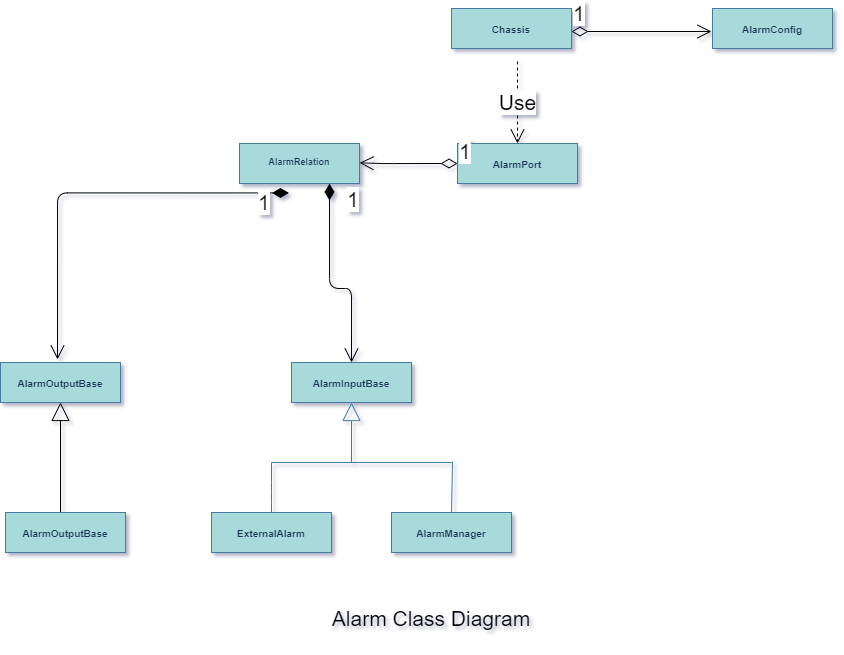
Steve888888/FN-Redundancy keeps this draw.io diagram as UML/AlarmManager.png. Above is the earlier version. Source tidied: cells renumbered, new cells last; positions are measured from the earlier drawing's top-left corner, leaving out a move shared by most shapes.
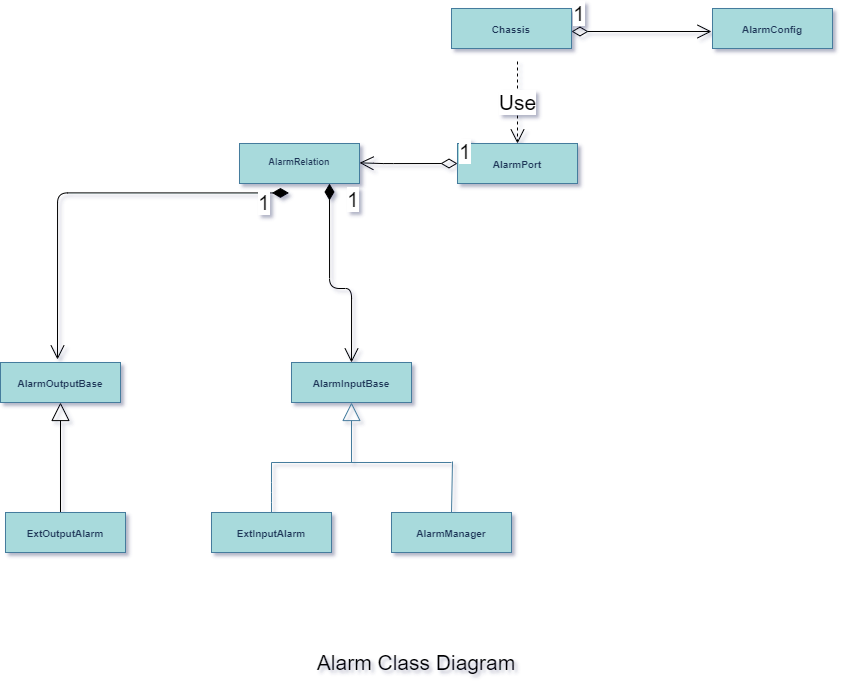
After the change.

Change to the diagram source:
```diff
@@ -8,7 +8,7 @@
     <mxCell id="3" value="&lt;p style=&quot;margin: 4px 0px 0px ; text-align: center ; font-size: 10px&quot;&gt;&lt;br&gt;&lt;b&gt;AlarmInputBase&lt;/b&gt;&lt;/p&gt;" style="verticalAlign=top;align=left;overflow=fill;fontSize=12;fontFamily=Helvetica;html=1;fillColor=#A8DADC;strokeColor=#457B9D;fontColor=#1D3557;" parent="1" vertex="1">
       <mxGeometry x="291" y="354" width="120" height="40" as="geometry" />
     </mxCell>
-    <mxCell id="4" value="&lt;p style=&quot;margin: 4px 0px 0px ; text-align: center ; font-size: 10px&quot;&gt;&lt;b&gt;&lt;br&gt;ExternalAlarm&lt;/b&gt;&lt;/p&gt;" style="verticalAlign=top;align=left;overflow=fill;fontSize=12;fontFamily=Helvetica;html=1;fillColor=#A8DADC;strokeColor=#457B9D;fontColor=#1D3557;" parent="1" vertex="1">
+    <mxCell id="4" value="&lt;p style=&quot;margin: 4px 0px 0px ; text-align: center ; font-size: 10px&quot;&gt;&lt;b&gt;&lt;br&gt;ExtInputAlarm&lt;/b&gt;&lt;/p&gt;" style="verticalAlign=top;align=left;overflow=fill;fontSize=12;fontFamily=Helvetica;html=1;fillColor=#A8DADC;strokeColor=#457B9D;fontColor=#1D3557;" parent="1" vertex="1">
       <mxGeometry x="211" y="504" width="120" height="40" as="geometry" />
     </mxCell>
     <mxCell id="5" style="endArrow=block;endSize=16;endFill=0;html=1;strokeColor=#457B9D;fontColor=#1D3557;labelBackgroundColor=#F1FAEE;" parent="1" edge="1">
@@ -57,7 +57,7 @@
       <mxGeometry x="457" y="135" width="120" height="40" as="geometry" />
     </mxCell>
     <mxCell id="15" value="Alarm Class Diagram" style="text;html=1;strokeColor=none;fillColor=none;align=center;verticalAlign=middle;whiteSpace=wrap;rounded=0;fontSize=21;" parent="1" vertex="1">
-      <mxGeometry x="330" y="585" width="202" height="50" as="geometry" />
+      <mxGeometry x="315" y="629" width="202" height="50" as="geometry" />
     </mxCell>
     <mxCell id="16" value="Use" style="endArrow=open;endSize=12;dashed=1;html=1;fontSize=21;" parent="1" edge="1" target="14">
       <mxGeometry relative="1" as="geometry">
@@ -92,7 +92,7 @@
         <mxPoint x="60" y="521" as="sourcePoint" />
       </mxGeometry>
     </mxCell>
-    <mxCell id="23" value="&lt;p style=&quot;margin: 4px 0px 0px ; text-align: center ; font-size: 10px&quot;&gt;&lt;br&gt;&lt;b&gt;AlarmOutputBase&lt;/b&gt;&lt;/p&gt;" style="verticalAlign=top;align=left;overflow=fill;fontSize=12;fontFamily=Helvetica;html=1;fillColor=#A8DADC;strokeColor=#457B9D;fontColor=#1D3557;" parent="1" vertex="1">
+    <mxCell id="23" value="&lt;p style=&quot;margin: 4px 0px 0px ; text-align: center ; font-size: 10px&quot;&gt;&lt;br&gt;&lt;b&gt;ExtOutputAlarm&lt;/b&gt;&lt;/p&gt;" style="verticalAlign=top;align=left;overflow=fill;fontSize=12;fontFamily=Helvetica;html=1;fillColor=#A8DADC;strokeColor=#457B9D;fontColor=#1D3557;" parent="1" vertex="1">
       <mxGeometry x="5" y="504" width="120" height="40" as="geometry" />
     </mxCell>
     <mxCell id="24" value="1" style="endArrow=open;html=1;endSize=12;startArrow=diamondThin;startSize=14;startFill=1;edgeStyle=orthogonalEdgeStyle;align=left;verticalAlign=bottom;fontSize=21;exitX=0.75;exitY=1;exitDx=0;exitDy=0;entryX=0.5;entryY=0;entryDx=0;entryDy=0;" parent="1" edge="1" source="13" target="3">
```
